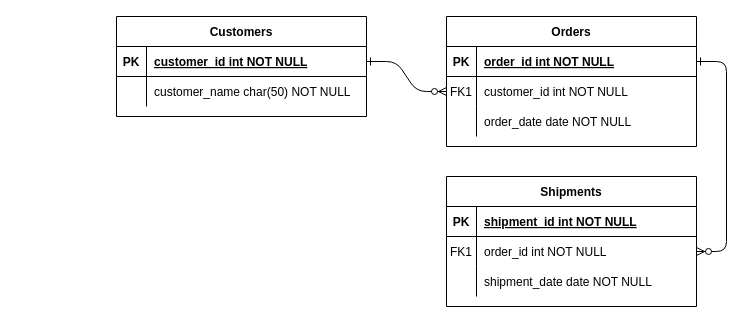
Above: Diagrama sin título.drawio in EJScalerandi/VideoGames (draw.io), before the change. Source tidied: cells renumbered, new cells numbered last; positions are measured from the earlier drawing's top-left corner, leaving out a move shared by most shapes. Both pictures are drawn from the tidied source at 100%, with x=0, y=0 at pixel (116, 16).
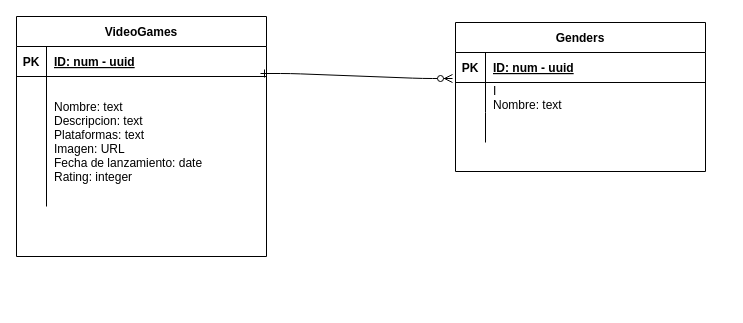
Above is the later version.

Unchanged cells that the change refers to:
```xml
<mxCell id="5" style="shape=partialRectangle;fillColor=none;points=[[0,0.5],[1,0.5]];portConstraint=eastwest;top=0;left=0;right=0;bottom=1;" parent="4" vertex="1">
  <mxGeometry y="30" width="250" height="30" as="geometry" />
</mxCell>
<mxCell id="8" style="shape=partialRectangle;fillColor=none;points=[[0,0.5],[1,0.5]];portConstraint=eastwest;top=0;left=0;right=0;bottom=0;" parent="4" vertex="1">
  <mxGeometry y="60" width="250" height="30" as="geometry" />
</mxCell>
<mxCell id="11" style="shape=partialRectangle;fillColor=none;top=0;left=0;right=0;bottom=0;" parent="4" vertex="1">
  <mxGeometry y="90" width="250" height="30" as="geometry" />
</mxCell>
<mxCell id="25" style="shape=partialRectangle;fillColor=none;points=[[0,0.5],[1,0.5]];portConstraint=eastwest;top=0;left=0;right=0;bottom=1;" parent="24" vertex="1">
  <mxGeometry y="30" width="250" height="30" as="geometry" />
</mxCell>
```

Diff of the diagram source:
```diff
@@
-    <mxCell id="2" style="edgeStyle=entityRelationEdgeStyle;endArrow=ERzeroToMany;startArrow=ERone;endFill=1;startFill=0;" parent="1" edge="1" source="25" target="8">
-      <mxGeometry relative="1" as="geometry" />
+    <mxCell id="2" style="edgeStyle=entityRelationEdgeStyle;endArrow=ERzeroToMany;startArrow=ERone;endFill=1;startFill=0;exitX=0.976;exitY=-0.023;exitDx=0;exitDy=0;exitPerimeter=0;entryX=-0.012;entryY=0.867;entryDx=0;entryDy=0;entryPerimeter=0;" parent="1" edge="1" source="28" target="5">
+      <mxGeometry relative="1" as="geometry">
+        <Array as="points">
+          <mxPoint x="340" y="90" />
+          <mxPoint x="330" y="57" />
+        </Array>
+      </mxGeometry>
     </mxCell>
-    <mxCell id="3" style="edgeStyle=entityRelationEdgeStyle;endArrow=ERzeroToMany;startArrow=ERone;endFill=1;startFill=0;" parent="1" edge="1" source="5" target="18">
-      <mxGeometry relative="1" as="geometry" />
-    </mxCell>
-    <mxCell id="4" value="Orders" style="shape=table;startSize=30;childLayout=tableLayout;rowLines=0;fontStyle=1;align=center;" parent="1" vertex="1">
-      <mxGeometry x="330" width="250" height="130" as="geometry" />
+    <mxCell id="4" value="Genders" style="shape=table;startSize=30;childLayout=tableLayout;rowLines=0;fontStyle=1;align=center;" parent="1" vertex="1">
+      <mxGeometry x="339" y="6" width="250" height="149" as="geometry" />
     </mxCell>
@@
-    <mxCell id="7" value="order_id int NOT NULL " style="shape=partialRectangle;overflow=hidden;fillColor=none;top=0;left=0;bottom=0;right=0;align=left;spacingLeft=6;fontStyle=5;" parent="5" vertex="1">
+    <mxCell id="7" value="ID: num - uuid" style="shape=partialRectangle;overflow=hidden;fillColor=none;top=0;left=0;bottom=0;right=0;align=left;spacingLeft=6;fontStyle=5;" parent="5" vertex="1">
       <mxGeometry x="30" width="220" height="30" as="geometry" />
     </mxCell>
@@
-    <mxCell id="9" value="FK1" style="shape=partialRectangle;overflow=hidden;fillColor=none;top=0;left=0;bottom=0;right=0;" parent="8" vertex="1">
+    <mxCell id="9" style="shape=partialRectangle;overflow=hidden;fillColor=none;top=0;left=0;bottom=0;right=0;" parent="8" vertex="1">
       <mxGeometry width="30" height="30" as="geometry" />
     </mxCell>
-    <mxCell id="10" value="customer_id int NOT NULL" style="shape=partialRectangle;overflow=hidden;fillColor=none;top=0;left=0;bottom=0;right=0;align=left;spacingLeft=6;" parent="8" vertex="1">
+    <mxCell id="10" value="I&#10;Nombre: text" style="shape=partialRectangle;overflow=hidden;fillColor=none;top=0;left=0;bottom=0;right=0;align=left;spacingLeft=6;" parent="8" vertex="1">
       <mxGeometry x="30" width="220" height="30" as="geometry" />
     </mxCell>
@@
-    <mxCell id="13" value="order_date date NOT NULL" style="shape=partialRectangle;overflow=hidden;fillColor=none;top=0;left=0;bottom=0;right=0;align=left;spacingLeft=6;" parent="11" vertex="1">
+    <mxCell id="13" style="shape=partialRectangle;overflow=hidden;fillColor=none;top=0;left=0;bottom=0;right=0;align=left;spacingLeft=6;" parent="11" vertex="1">
       <mxGeometry x="30" width="220" height="30" as="geometry" />
     </mxCell>
-    <mxCell id="14" value="Shipments" style="shape=table;startSize=30;childLayout=tableLayout;rowLines=0;fontStyle=1;align=center;" parent="1" vertex="1">
-      <mxGeometry x="330" y="160" width="250" height="130" as="geometry" />
-    </mxCell>
-    <mxCell id="15" style="shape=partialRectangle;fillColor=none;top=0;left=0;right=0;bottom=1;" parent="14" vertex="1">
-      <mxGeometry y="30" width="250" height="30" as="geometry" />
-    </mxCell>
-    <mxCell id="16" value="PK" style="shape=partialRectangle;overflow=hidden;fillColor=none;top=0;left=0;bottom=0;right=0;fontStyle=1;" parent="15" vertex="1">
-      <mxGeometry width="30" height="30" as="geometry" />
-    </mxCell>
-    <mxCell id="17" value="shipment_id int NOT NULL " style="shape=partialRectangle;overflow=hidden;fillColor=none;top=0;left=0;bottom=0;right=0;align=left;spacingLeft=6;fontStyle=5;" parent="15" vertex="1">
-      <mxGeometry x="30" width="220" height="30" as="geometry" />
-    </mxCell>
-    <mxCell id="18" style="shape=partialRectangle;fillColor=none;points=[[0,0.5],[1,0.5]];portConstraint=eastwest;top=0;left=0;right=0;bottom=0;" parent="14" vertex="1">
-      <mxGeometry y="60" width="250" height="30" as="geometry" />
-    </mxCell>
-    <mxCell id="19" value="FK1" style="shape=partialRectangle;overflow=hidden;fillColor=none;top=0;left=0;bottom=0;right=0;" parent="18" vertex="1">
-      <mxGeometry width="30" height="30" as="geometry" />
-    </mxCell>
-    <mxCell id="20" value="order_id int NOT NULL" style="shape=partialRectangle;overflow=hidden;fillColor=none;top=0;left=0;bottom=0;right=0;align=left;spacingLeft=6;" parent="18" vertex="1">
-      <mxGeometry x="30" width="220" height="30" as="geometry" />
-    </mxCell>
-    <mxCell id="21" style="shape=partialRectangle;fillColor=none;top=0;left=0;right=0;bottom=0;" parent="14" vertex="1">
-      <mxGeometry y="90" width="250" height="30" as="geometry" />
-    </mxCell>
-    <mxCell id="22" style="shape=partialRectangle;overflow=hidden;fillColor=none;top=0;left=0;bottom=0;right=0;" parent="21" vertex="1">
-      <mxGeometry width="30" height="30" as="geometry" />
-    </mxCell>
-    <mxCell id="23" value="shipment_date date NOT NULL" style="shape=partialRectangle;overflow=hidden;fillColor=none;top=0;left=0;bottom=0;right=0;align=left;spacingLeft=6;" parent="21" vertex="1">
-      <mxGeometry x="30" width="220" height="30" as="geometry" />
-    </mxCell>
-    <mxCell id="24" value="Customers" style="shape=table;startSize=30;childLayout=tableLayout;rowLines=0;fontStyle=1;align=center;" parent="1" vertex="1">
-      <mxGeometry width="250" height="100" as="geometry" />
+    <mxCell id="24" value="VideoGames" style="shape=table;startSize=30;childLayout=tableLayout;rowLines=0;fontStyle=1;align=center;" parent="1" vertex="1">
+      <mxGeometry x="-100" width="250" height="240" as="geometry" />
     </mxCell>
@@
-    <mxCell id="27" value="customer_id int NOT NULL " style="shape=partialRectangle;overflow=hidden;fillColor=none;top=0;left=0;bottom=0;right=0;align=left;spacingLeft=6;fontStyle=5;" parent="25" vertex="1">
+    <mxCell id="27" value="ID: num - uuid" style="shape=partialRectangle;overflow=hidden;fillColor=none;top=0;left=0;bottom=0;right=0;align=left;spacingLeft=6;fontStyle=5;" parent="25" vertex="1">
       <mxGeometry x="30" width="220" height="30" as="geometry" />
     </mxCell>
     <mxCell id="28" style="shape=partialRectangle;fillColor=none;points=[[0,0.5],[1,0.5]];portConstraint=eastwest;top=0;left=0;right=0;bottom=0;" parent="24" vertex="1">
-      <mxGeometry y="60" width="250" height="30" as="geometry" />
+      <mxGeometry y="60" width="250" height="130" as="geometry" />
     </mxCell>
     <mxCell id="29" style="shape=partialRectangle;overflow=hidden;fillColor=none;top=0;left=0;bottom=0;right=0;" parent="28" vertex="1">
-      <mxGeometry width="30" height="30" as="geometry" />
+      <mxGeometry width="30" height="130" as="geometry" />
     </mxCell>
-    <mxCell id="30" value="customer_name char(50) NOT NULL" style="shape=partialRectangle;overflow=hidden;fillColor=none;top=0;left=0;bottom=0;right=0;align=left;spacingLeft=6;" parent="28" vertex="1">
-      <mxGeometry x="30" width="220" height="30" as="geometry" />
+    <mxCell id="30" value="Nombre: text&#10;Descripcion: text&#10;Plataformas: text&#10;Imagen: URL&#10;Fecha de lanzamiento: date&#10;Rating: integer" style="shape=partialRectangle;overflow=hidden;fillColor=none;top=0;left=0;bottom=0;right=0;align=left;spacingLeft=6;" parent="28" vertex="1">
+      <mxGeometry x="30" width="220" height="130" as="geometry" />
     </mxCell>
```
